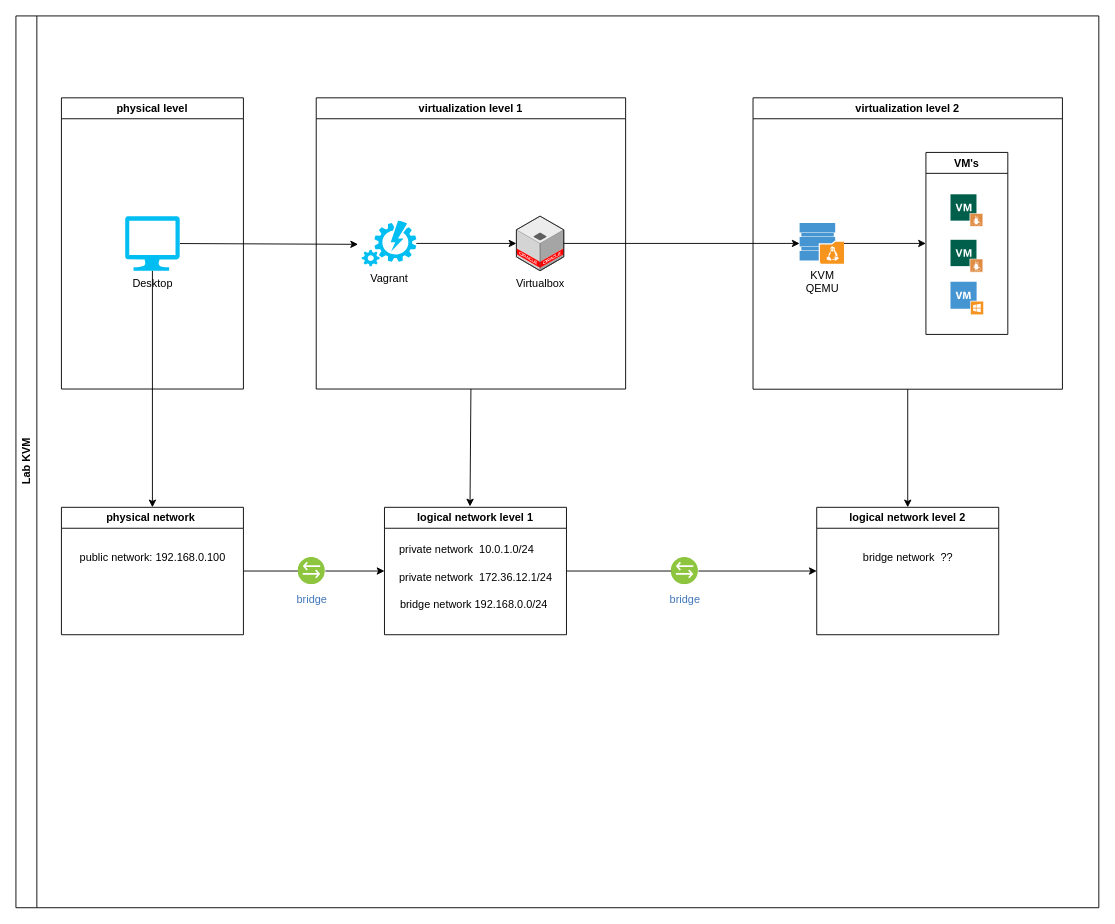
Above: lab.drawio in marcossilvestrini/learning-kvm-qemu (draw.io), before the change. Source tidied: cells renumbered, new cells numbered last; positions are measured from the earlier drawing's top-left corner, leaving out a move shared by most shapes. Both pictures are drawn from the tidied source at 91%, with x=0, y=0 at pixel (15, 15).
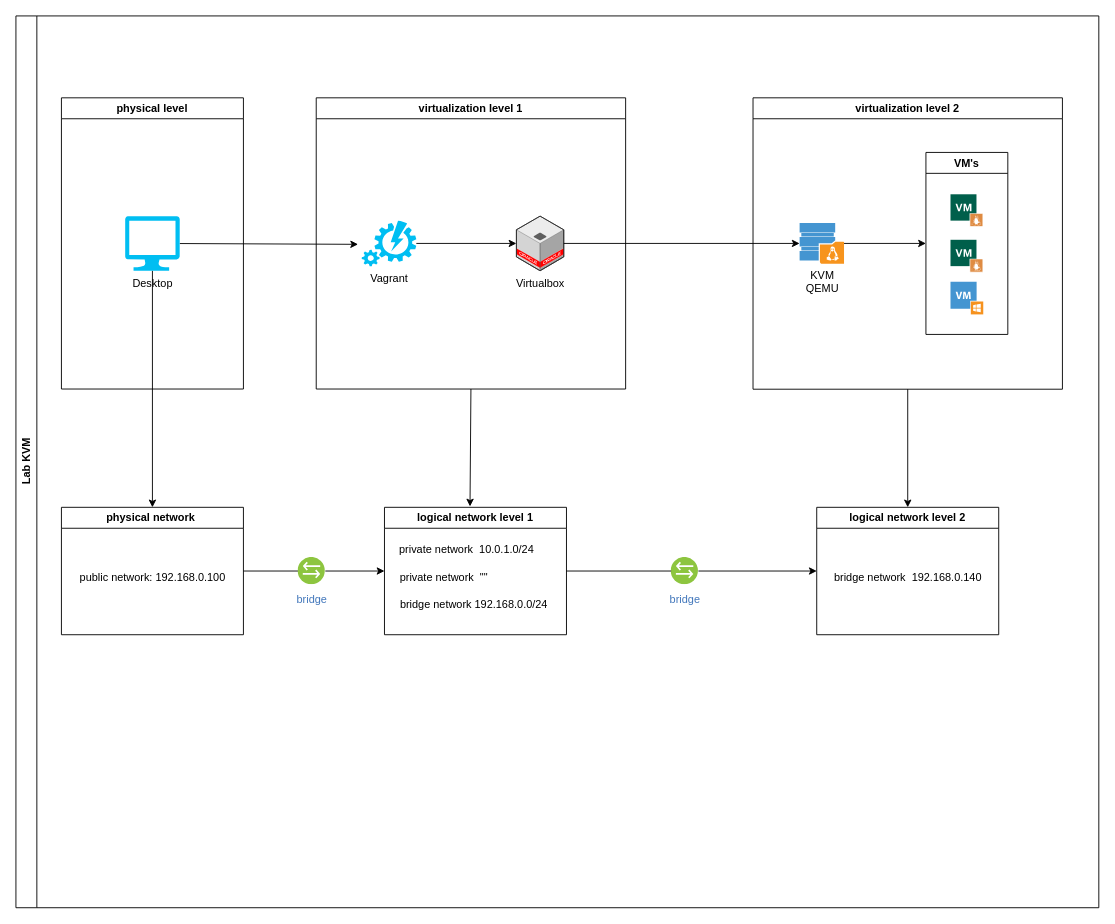
The same page after the edit.

The change refers to these unchanged cells:
```xml
<mxCell id="19" value="physical network&amp;nbsp;" style="swimlane;whiteSpace=wrap;html=1;" parent="2" vertex="1">
  <mxGeometry x="50" y="540" width="200" height="140" as="geometry" />
</mxCell>
<mxCell id="24" value="logical network level 1" style="swimlane;whiteSpace=wrap;html=1;" parent="2" vertex="1">
  <mxGeometry x="405" y="540" width="200" height="140" as="geometry" />
</mxCell>
<mxCell id="28" value="logical network level 2" style="swimlane;whiteSpace=wrap;html=1;" parent="2" vertex="1">
  <mxGeometry x="880" y="540" width="200" height="140" as="geometry" />
</mxCell>
```

Change to the diagram source:
```diff
@@
     <mxCell id="20" value="public network: 192.168.0.100" style="text;html=1;align=center;verticalAlign=middle;strokeColor=none;fillColor=none;" parent="19" vertex="1">
-      <mxGeometry x="5" y="40" width="190" height="30" as="geometry" />
+      <mxGeometry x="5" y="62" width="190" height="30" as="geometry" />
     </mxCell>
@@
-    <mxCell id="25" value="private network&amp;nbsp; 172.36.12.1/24" style="text;html=1;align=center;verticalAlign=middle;strokeColor=none;fillColor=none;" parent="24" vertex="1">
-      <mxGeometry x="5" y="62" width="190" height="30" as="geometry" />
+    <mxCell id="25" value="private network&amp;nbsp; &quot;&quot;" style="text;html=1;align=center;verticalAlign=middle;strokeColor=none;fillColor=none;" parent="24" vertex="1">
+      <mxGeometry x="5" y="62" width="120" height="30" as="geometry" />
     </mxCell>
@@
-    <mxCell id="29" value="bridge network&amp;nbsp; ??" style="text;html=1;align=center;verticalAlign=middle;strokeColor=none;fillColor=none;" parent="28" vertex="1">
-      <mxGeometry x="40" y="40" width="120" height="30" as="geometry" />
+    <mxCell id="29" value="bridge network&amp;nbsp; 192.168.0.140" style="text;html=1;align=center;verticalAlign=middle;strokeColor=none;fillColor=none;" parent="28" vertex="1">
+      <mxGeometry x="5" y="62" width="190" height="30" as="geometry" />
     </mxCell>
```
